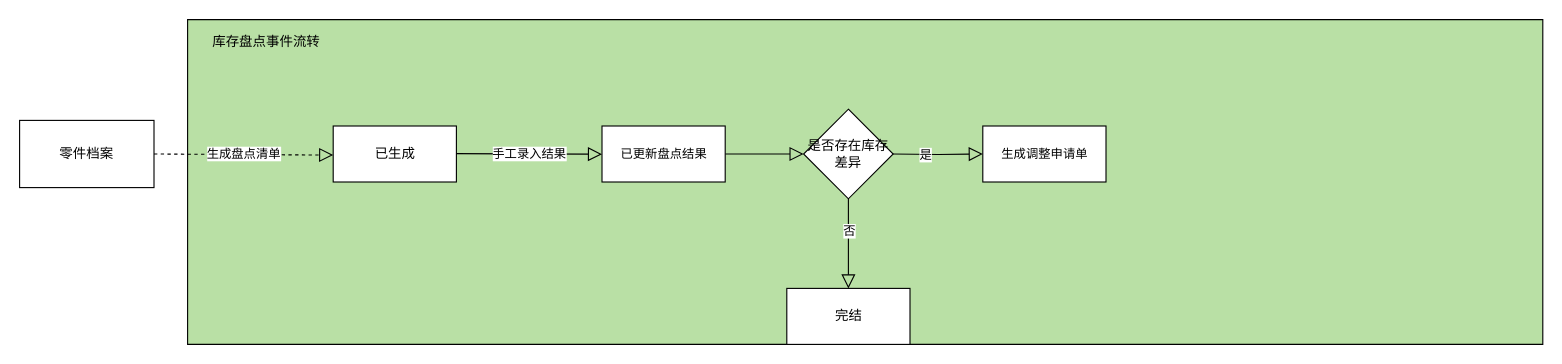
1132489442/gitRepository1 keeps this draw.io diagram as page "库存盘点事件设计" (6 of 6) of 库存管理-库存盘点.drawio. Above is the earlier version. Source tidied: cells renumbered, new cells numbered last; positions are measured from the earlier drawing's top-left corner, leaving out a move shared by most shapes. Both pictures are drawn from the tidied source at 112%, with x=0, y=0 at pixel (19, 19).
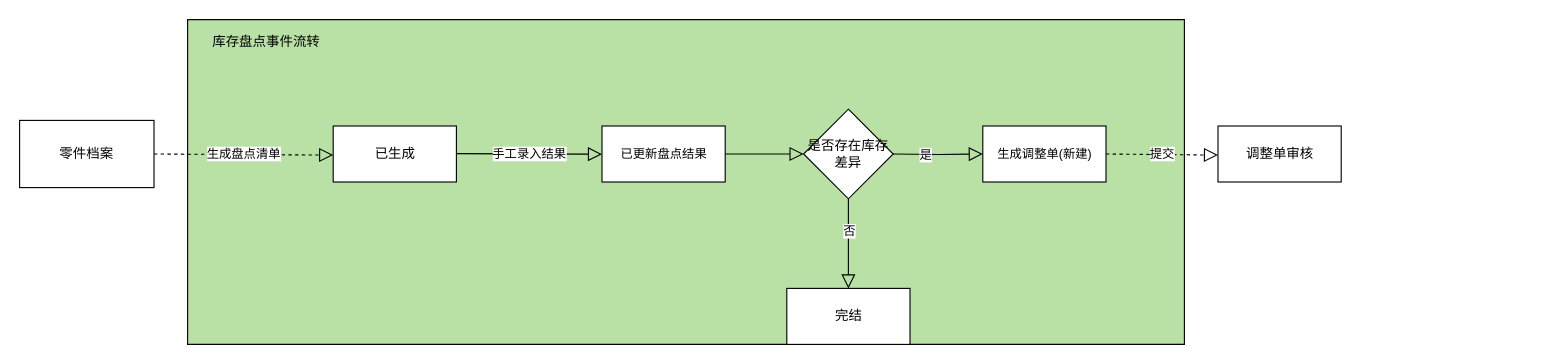
The same page after the edit.

Change to the diagram source:
```diff
@@
     <mxCell id="2" style="verticalLabelPosition=bottom;verticalAlign=top;html=1;shape=mxgraph.basic.rect;fillColor2=none;strokeWidth=1;size=20;indent=5;fillColor=#B9E0A5;" parent="1" vertex="1">
-      <mxGeometry x="150" width="1210" height="290" as="geometry" />
+      <mxGeometry x="150" width="890" height="290" as="geometry" />
     </mxCell>
@@
-    <mxCell id="11" value="&lt;span style=&quot;font-size: 11px ; background-color: rgb(255 , 255 , 255)&quot;&gt;生成调整申请单&lt;br&gt;&lt;/span&gt;" style="html=1;fillColor=#FFFFFF;" parent="1" vertex="1">
+    <mxCell id="11" value="&lt;span style=&quot;font-size: 11px ; background-color: rgb(255 , 255 , 255)&quot;&gt;生成调整单(新建)&lt;br&gt;&lt;/span&gt;" style="html=1;fillColor=#FFFFFF;" parent="1" vertex="1">
       <mxGeometry x="860" y="95" width="110" height="50" as="geometry" />
     </mxCell>
@@
+    <mxCell id="17" value="调整单审核" style="html=1;fillColor=#FFFFFF;" parent="1" vertex="1">
+      <mxGeometry x="1070" y="95" width="110" height="50" as="geometry" />
+    </mxCell>
+    <mxCell id="18" value="提交" style="endArrow=block;endSize=10;endFill=0;html=1;rounded=0;exitX=1;exitY=0.5;exitDx=0;exitDy=0;dashed=1;" parent="1" edge="1">
+      <mxGeometry relative="1" as="geometry">
+        <mxPoint x="970" y="120" as="sourcePoint" />
+        <mxPoint x="1070" y="121" as="targetPoint" />
+      </mxGeometry>
+    </mxCell>
```
